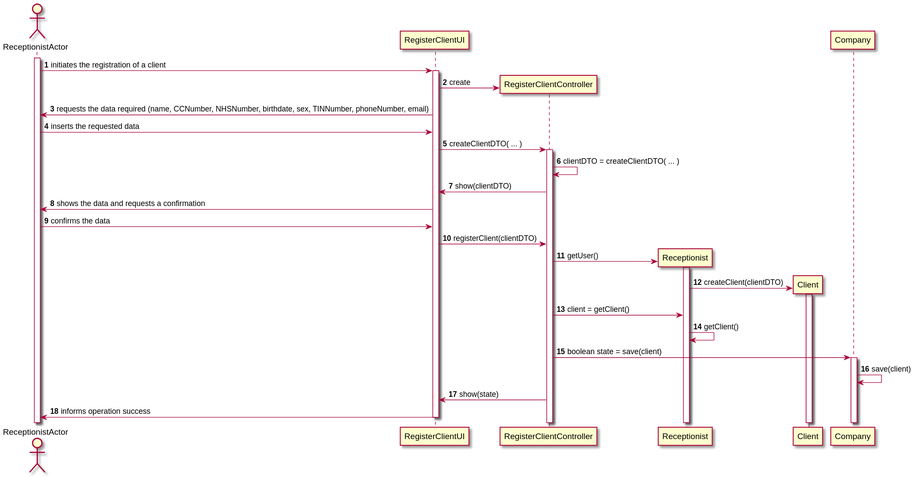
The PlantUML diagram docs/SprintB/US3/US3-SD.svg in jsmarques98/LAPR2-ISEP, before a commit.
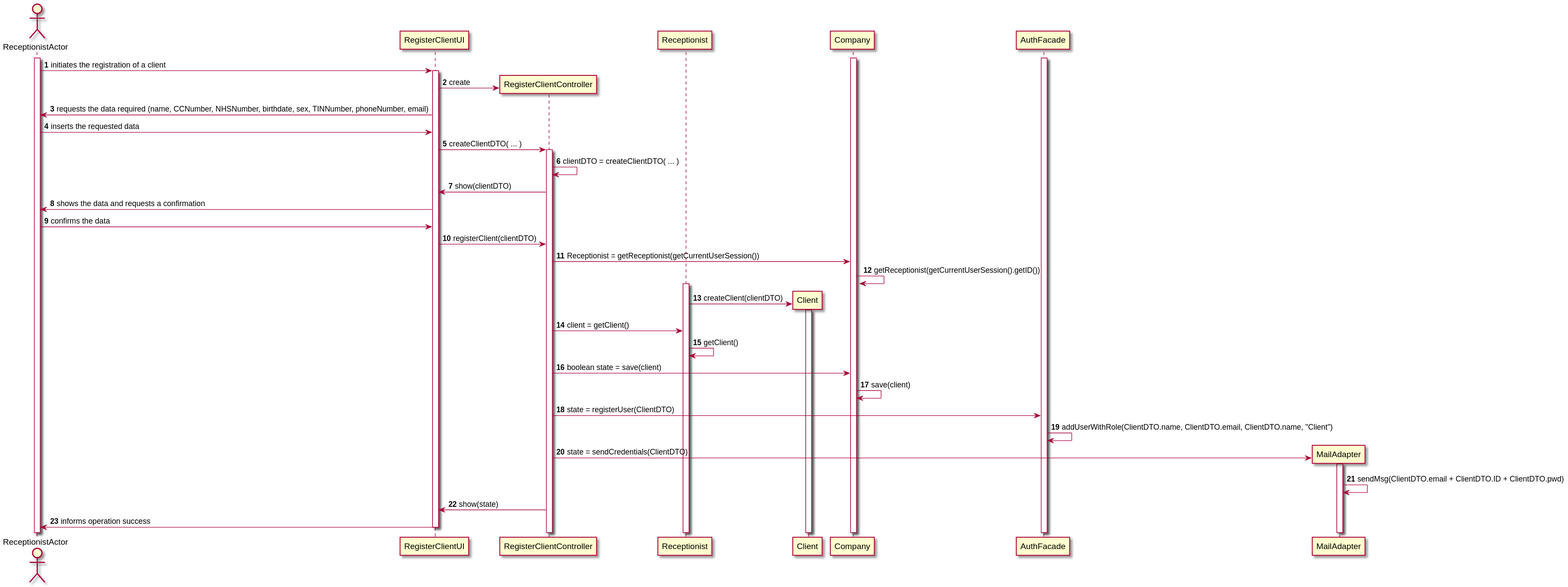
After the change.

Commit message:
US3 - Design - Added AuthFacade and MailAdapter concepts

Diff of the diagram source:
```diff
@@ -6,8 +6,11 @@
 participant "RegisterClientController" as controller
 participant "Receptionist" as receptionist
 participant "Client" as client
+participant "Company"
+participant "AuthFacade"
+activate AuthFacade
 activate RCP
-
+activate Company
 
 RCP -> ui : initiates the registration of a client
 activate ui
@@ -23,15 +26,21 @@
 ui -> RCP : shows the data and requests a confirmation
 RCP -> ui : confirms the data
 ui -> controller : registerClient(clientDTO)
-controller -> receptionist ** : getUser()
+controller -> Company :Receptionist = getReceptionist(getCurrentUserSession())
+Company -> Company : getReceptionist(getCurrentUserSession().getID())
+
 activate receptionist
 receptionist -> client ** : createClient(clientDTO)
 activate client
 controller -> receptionist : client = getClient()
 receptionist -> receptionist : getClient()
 controller -> Company : boolean state = save(client)
-activate Company
 Company -> Company : save(client)
+controller -> AuthFacade : state = registerUser(ClientDTO)
+AuthFacade -> AuthFacade : addUserWithRole(ClientDTO.name, ClientDTO.email, ClientDTO.name, "Client")
+controller -> MailAdapter ** : state = sendCredentials(ClientDTO)
+activate MailAdapter
+MailAdapter -> MailAdapter : sendMsg(ClientDTO.email + ClientDTO.ID + ClientDTO.pwd)
 ui <- controller : show(state)
 ui -> RCP : informs operation success
 
```
